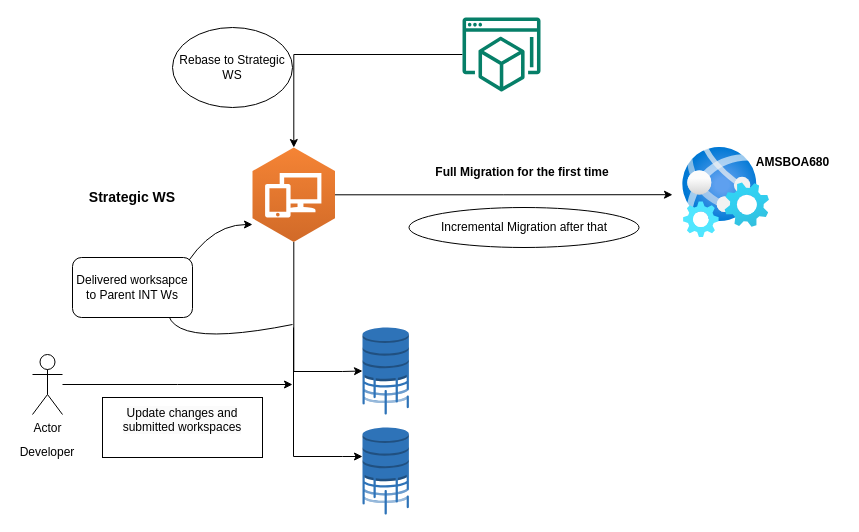
Sagarraj2401/SiebelWorkspace keeps this draw.io diagram as page "680 Deployment Process" (4 of 5) of S_ESCL_REQ.drawio. Above is the earlier version. Source tidied: cells renumbered, new cells numbered last; positions are measured from the earlier drawing's top-left corner, leaving out a move shared by most shapes. Both pictures are drawn from the tidied source at 100%, with x=0, y=0 at pixel (17, 17).
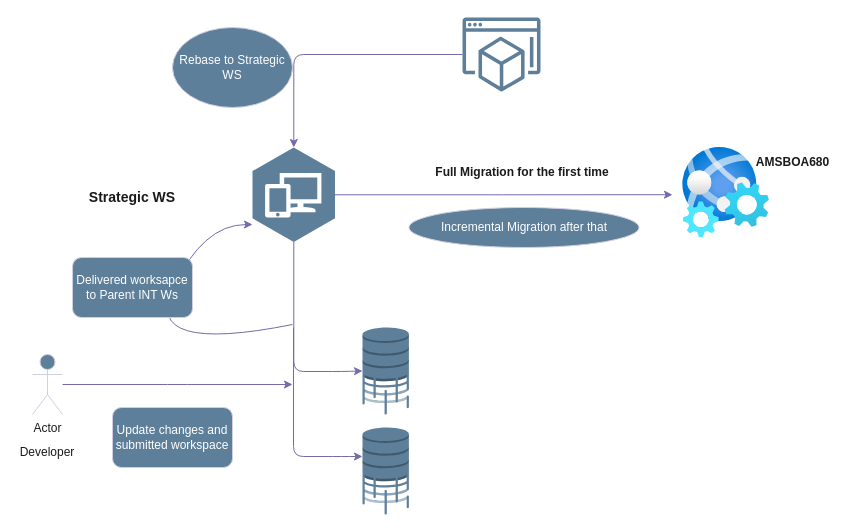
The same diagram, later.

The edit, as a diff of the source:
```diff
@@
-    <mxCell id="2" style="edgeStyle=orthogonalEdgeStyle;rounded=0;jettySize=auto;html=1;" parent="1" edge="1" source="4">
+    <mxCell id="2" style="edgeStyle=orthogonalEdgeStyle;rounded=1;jettySize=auto;html=1;labelBackgroundColor=none;strokeColor=#736CA8;fontColor=default;" parent="1" edge="1" source="4">
       <mxGeometry relative="1" as="geometry">
         <mxPoint x="655" y="177.2" as="targetPoint" />
       </mxGeometry>
     </mxCell>
-    <mxCell id="3" style="edgeStyle=orthogonalEdgeStyle;rounded=0;jettySize=auto;html=1;entryX=0;entryY=0.5;entryDx=0;entryDy=0;entryPerimeter=0;" parent="1" edge="1" source="4" target="8">
+    <mxCell id="3" style="edgeStyle=orthogonalEdgeStyle;rounded=1;jettySize=auto;html=1;entryX=0;entryY=0.5;entryDx=0;entryDy=0;entryPerimeter=0;labelBackgroundColor=none;strokeColor=#736CA8;fontColor=default;" parent="1" edge="1" source="4" target="8">
       <mxGeometry relative="1" as="geometry">
         <Array as="points">
           <mxPoint x="276" y="354" />
           <mxPoint x="325" y="354" />
         </Array>
       </mxGeometry>
     </mxCell>
-    <mxCell id="4" style="outlineConnect=0;dashed=0;verticalLabelPosition=bottom;verticalAlign=top;align=center;html=1;shape=mxgraph.aws3.workspaces;fillColor=#D16A28;gradientColor=#F58435;gradientDirection=north;" parent="1" vertex="1">
+    <mxCell id="4" style="outlineConnect=0;dashed=0;verticalLabelPosition=bottom;verticalAlign=top;align=center;html=1;shape=mxgraph.aws3.workspaces;fillColor=#5D7F99;gradientDirection=north;rounded=1;labelBackgroundColor=none;strokeColor=#D0CEE2;fontColor=#1A1A1A;" parent="1" vertex="1">
       <mxGeometry x="235" y="130" width="82.5" height="94.5" as="geometry" />
     </mxCell>
-    <mxCell id="5" value="&lt;b&gt;&lt;font style=&quot;font-size: 14px;&quot;&gt;Strategic WS&lt;/font&gt;&lt;/b&gt;" style="text;html=1;strokeColor=none;fillColor=none;align=center;verticalAlign=middle;whiteSpace=wrap;rounded=0;" parent="1" vertex="1">
+    <mxCell id="5" value="&lt;b&gt;&lt;font style=&quot;font-size: 14px;&quot;&gt;Strategic WS&lt;/font&gt;&lt;/b&gt;" style="text;html=1;strokeColor=none;fillColor=none;align=center;verticalAlign=middle;whiteSpace=wrap;rounded=1;labelBackgroundColor=none;fontColor=#1A1A1A;" parent="1" vertex="1">
       <mxGeometry x="15" y="160" width="200" height="40" as="geometry" />
     </mxCell>
-    <mxCell id="6" style="image;html=1;align=center;fontSize=12;image=img/lib/azure2/preview/Web_Environment.svg;" parent="1" vertex="1">
+    <mxCell id="6" style="image;html=1;align=center;fontSize=12;image=img/lib/azure2/preview/Web_Environment.svg;rounded=1;labelBackgroundColor=none;fillColor=#5D7F99;strokeColor=#D0CEE2;fontColor=#1A1A1A;" parent="1" vertex="1">
       <mxGeometry x="665" y="130" width="87.3" height="90" as="geometry" />
     </mxCell>
-    <mxCell id="7" value="&lt;b&gt;AMSBOA680&lt;br&gt;&lt;/b&gt;" style="text;html=1;align=center;verticalAlign=middle;strokeColor=none;fillColor=none;" parent="1" vertex="1">
+    <mxCell id="7" value="&lt;b&gt;AMSBOA680&lt;br&gt;&lt;/b&gt;" style="text;html=1;align=center;verticalAlign=middle;strokeColor=none;fillColor=none;rounded=1;labelBackgroundColor=none;fontColor=#1A1A1A;" parent="1" vertex="1">
       <mxGeometry x="725" y="130" width="100" height="30" as="geometry" />
     </mxCell>
-    <mxCell id="8" style="outlineConnect=0;dashed=0;verticalLabelPosition=bottom;verticalAlign=top;align=center;html=1;shape=mxgraph.aws3.database_migration_workflow_job;fillColor=#2E73B8;gradientColor=none;" parent="1" vertex="1">
+    <mxCell id="8" style="outlineConnect=0;dashed=0;verticalLabelPosition=bottom;verticalAlign=top;align=center;html=1;shape=mxgraph.aws3.database_migration_workflow_job;fillColor=#5D7F99;rounded=1;labelBackgroundColor=none;strokeColor=#D0CEE2;fontColor=#1A1A1A;" parent="1" vertex="1">
       <mxGeometry x="345" y="310" width="46.5" height="87" as="geometry" />
     </mxCell>
-    <mxCell id="9" style="dashed=0;verticalLabelPosition=bottom;verticalAlign=top;align=center;html=1;shape=mxgraph.aws3.database_migration_workflow_job;fillColor=#2E73B8;gradientColor=none;" parent="1" vertex="1">
+    <mxCell id="9" style="dashed=0;verticalLabelPosition=bottom;verticalAlign=top;align=center;html=1;shape=mxgraph.aws3.database_migration_workflow_job;fillColor=#5D7F99;rounded=1;labelBackgroundColor=none;strokeColor=#D0CEE2;fontColor=#1A1A1A;" parent="1" vertex="1">
       <mxGeometry x="345" y="410" width="46.5" height="87" as="geometry" />
     </mxCell>
-    <mxCell id="10" style="edgeStyle=orthogonalEdgeStyle;rounded=0;orthogonalLoop=1;jettySize=auto;html=1;entryX=0;entryY=0.5;entryDx=0;entryDy=0;entryPerimeter=0;" parent="1" edge="1">
+    <mxCell id="10" style="edgeStyle=orthogonalEdgeStyle;rounded=1;orthogonalLoop=1;jettySize=auto;html=1;entryX=0;entryY=0.5;entryDx=0;entryDy=0;entryPerimeter=0;labelBackgroundColor=none;strokeColor=#736CA8;fontColor=default;" parent="1" edge="1">
       <mxGeometry relative="1" as="geometry">
         <mxPoint x="276" y="310" as="sourcePoint" />
         <mxPoint x="345" y="439" as="targetPoint" />
         <Array as="points">
           <mxPoint x="276" y="439" />
           <mxPoint x="325" y="439" />
         </Array>
       </mxGeometry>
     </mxCell>
-    <mxCell id="11" style="edgeStyle=orthogonalEdgeStyle;rounded=0;jettySize=auto;html=1;" parent="1" edge="1" source="12">
+    <mxCell id="11" style="edgeStyle=orthogonalEdgeStyle;rounded=1;jettySize=auto;html=1;labelBackgroundColor=none;strokeColor=#736CA8;fontColor=default;" parent="1" edge="1" source="12">
       <mxGeometry relative="1" as="geometry">
         <mxPoint x="275" y="367" as="targetPoint" />
       </mxGeometry>
     </mxCell>
-    <mxCell id="12" value="Actor" style="shape=umlActor;verticalLabelPosition=bottom;verticalAlign=top;html=1;outlineConnect=0;" parent="1" vertex="1">
+    <mxCell id="12" value="Actor" style="shape=umlActor;verticalLabelPosition=bottom;verticalAlign=top;html=1;outlineConnect=0;rounded=1;labelBackgroundColor=none;fillColor=#5D7F99;strokeColor=#D0CEE2;fontColor=#1A1A1A;" parent="1" vertex="1">
       <mxGeometry x="15" y="337" width="30" height="60" as="geometry" />
     </mxCell>
-    <mxCell id="13" value="Developer&lt;br&gt;" style="text;html=1;strokeColor=none;fillColor=none;align=center;verticalAlign=middle;whiteSpace=wrap;rounded=0;" parent="1" vertex="1">
+    <mxCell id="13" value="Developer&lt;br&gt;" style="text;html=1;strokeColor=none;fillColor=none;align=center;verticalAlign=middle;whiteSpace=wrap;rounded=1;labelBackgroundColor=none;fontColor=#1A1A1A;" parent="1" vertex="1">
       <mxGeometry y="420" width="60" height="30" as="geometry" />
     </mxCell>
-    <mxCell id="14" value="&#10;&lt;span style=&quot;color: rgb(0, 0, 0); font-family: Helvetica; font-size: 12px; font-style: normal; font-variant-ligatures: normal; font-variant-caps: normal; font-weight: 400; letter-spacing: normal; orphans: 2; text-align: center; text-indent: 0px; text-transform: none; widows: 2; word-spacing: 0px; -webkit-text-stroke-width: 0px; background-color: rgb(251, 251, 251); text-decoration-thickness: initial; text-decoration-style: initial; text-decoration-color: initial; float: none; display: inline !important;&quot;&gt;Update changes and submitted workspaces&lt;/span&gt;&#10;&#10;" style="rounded=0;whiteSpace=wrap;html=1;" parent="1" vertex="1">
-      <mxGeometry x="85" y="380" width="160" height="60" as="geometry" />
-    </mxCell>
-    <mxCell id="15" style="curved=1;endArrow=classic;html=1;rounded=0;" parent="1" edge="1">
+    <mxCell id="15" style="curved=1;endArrow=classic;html=1;rounded=1;labelBackgroundColor=none;strokeColor=#736CA8;fontColor=default;" parent="1" edge="1">
       <mxGeometry relative="1" as="geometry">
         <mxPoint x="275" y="307" as="sourcePoint" />
         <mxPoint x="235" y="207" as="targetPoint" />
         <Array as="points">
           <mxPoint x="125" y="337" />
           <mxPoint x="185" y="207" />
         </Array>
       </mxGeometry>
     </mxCell>
-    <mxCell id="16" value="Delivered worksapce to Parent INT Ws" style="rounded=1;whiteSpace=wrap;html=1;" parent="1" vertex="1">
+    <mxCell id="16" value="&lt;font color=&quot;#ffffff&quot;&gt;Delivered worksapce to Parent INT Ws&lt;/font&gt;" style="rounded=1;whiteSpace=wrap;html=1;labelBackgroundColor=none;fillColor=#5D7F99;strokeColor=#D0CEE2;fontColor=#1A1A1A;" parent="1" vertex="1">
       <mxGeometry x="55" y="240" width="120" height="60" as="geometry" />
     </mxCell>
-    <mxCell id="17" value="&lt;b&gt;Full Migration for the first time&lt;/b&gt;" style="text;html=1;strokeColor=none;fillColor=none;align=center;verticalAlign=middle;whiteSpace=wrap;rounded=0;" parent="1" vertex="1">
+    <mxCell id="17" value="&lt;b&gt;Full Migration for the first time&lt;/b&gt;" style="text;html=1;strokeColor=none;fillColor=none;align=center;verticalAlign=middle;whiteSpace=wrap;rounded=1;labelBackgroundColor=none;fontColor=#1A1A1A;" parent="1" vertex="1">
       <mxGeometry x="415" y="140" width="180" height="30" as="geometry" />
     </mxCell>
-    <mxCell id="18" value="Incremental Migration after that" style="ellipse;whiteSpace=wrap;html=1;" parent="1" vertex="1">
+    <mxCell id="18" value="&lt;font color=&quot;#ffffff&quot;&gt;Incremental Migration after that&lt;/font&gt;" style="ellipse;whiteSpace=wrap;html=1;rounded=1;labelBackgroundColor=none;fillColor=#5D7F99;strokeColor=#D0CEE2;fontColor=#1A1A1A;" parent="1" vertex="1">
       <mxGeometry x="391.5" y="190" width="230" height="40" as="geometry" />
     </mxCell>
-    <mxCell id="19" style="edgeStyle=orthogonalEdgeStyle;rounded=0;jettySize=auto;html=1;" parent="1" edge="1" source="20" target="4">
+    <mxCell id="19" style="edgeStyle=orthogonalEdgeStyle;rounded=1;jettySize=auto;html=1;labelBackgroundColor=none;strokeColor=#736CA8;fontColor=default;" parent="1" edge="1" source="20" target="4">
       <mxGeometry relative="1" as="geometry" />
     </mxCell>
-    <mxCell id="20" style="sketch=0;outlineConnect=0;fontColor=#232F3E;gradientColor=none;fillColor=#067F68;strokeColor=none;dashed=0;verticalLabelPosition=bottom;verticalAlign=top;align=center;html=1;fontSize=12;fontStyle=0;shape=mxgraph.aws4.workspaces_workspaces_web;" parent="1" vertex="1">
+    <mxCell id="20" style="outlineConnect=0;fontColor=#1A1A1A;fillColor=#5D7F99;strokeColor=none;dashed=0;verticalLabelPosition=bottom;verticalAlign=top;align=center;html=1;fontSize=12;fontStyle=0;shape=mxgraph.aws4.workspaces_workspaces_web;rounded=1;labelBackgroundColor=none;" parent="1" vertex="1">
       <mxGeometry x="445" width="78" height="74" as="geometry" />
     </mxCell>
-    <mxCell id="21" value="Rebase to Strategic WS" style="ellipse;whiteSpace=wrap;html=1;" parent="1" vertex="1">
+    <mxCell id="21" value="&lt;font color=&quot;#ffffff&quot;&gt;Rebase to Strategic WS&lt;/font&gt;" style="ellipse;whiteSpace=wrap;html=1;rounded=1;labelBackgroundColor=none;fillColor=#5D7F99;strokeColor=#D0CEE2;fontColor=#1A1A1A;" parent="1" vertex="1">
       <mxGeometry x="155" y="10" width="120" height="80" as="geometry" />
     </mxCell>
+    <mxCell id="22" value="&lt;font color=&quot;#ffffff&quot;&gt;Update changes and submitted workspace&lt;/font&gt;" style="rounded=1;whiteSpace=wrap;html=1;labelBackgroundColor=none;fillColor=#5D7F99;strokeColor=#D0CEE2;fontColor=#1A1A1A;" parent="1" vertex="1">
+      <mxGeometry x="95" y="390" width="120" height="60" as="geometry" />
+    </mxCell>
```
